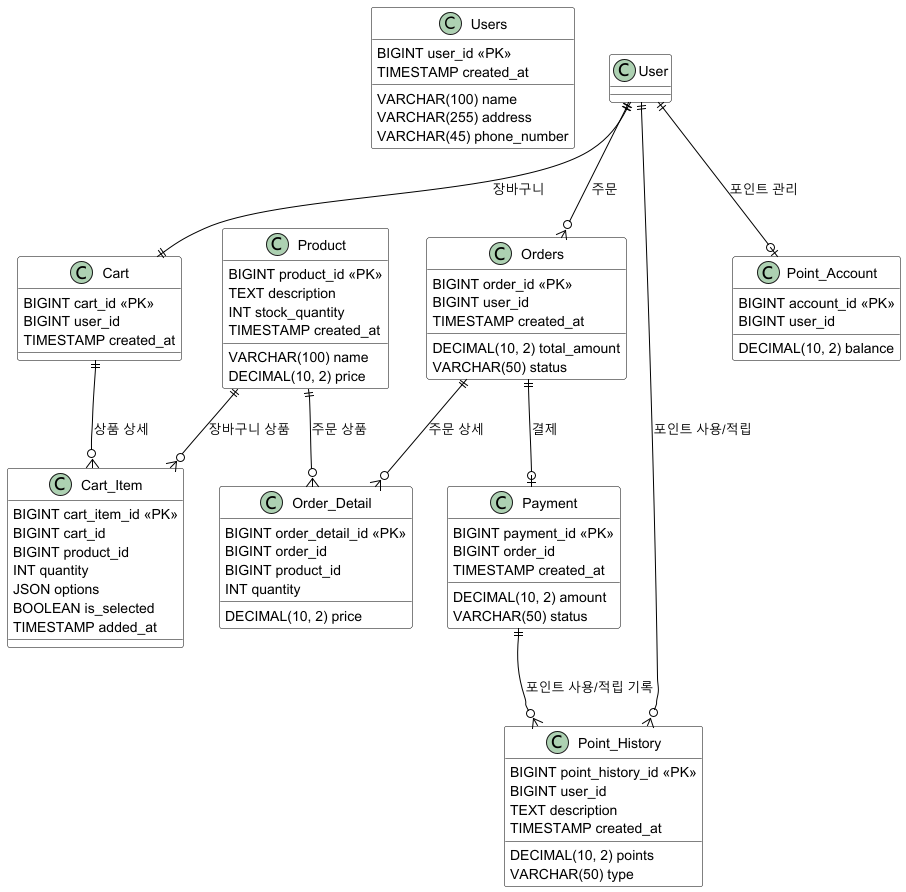
kjh418/hhplus-e-commerce keeps this PlantUML diagram as src/main/resources/images/ERD.png. Above is the earlier version.
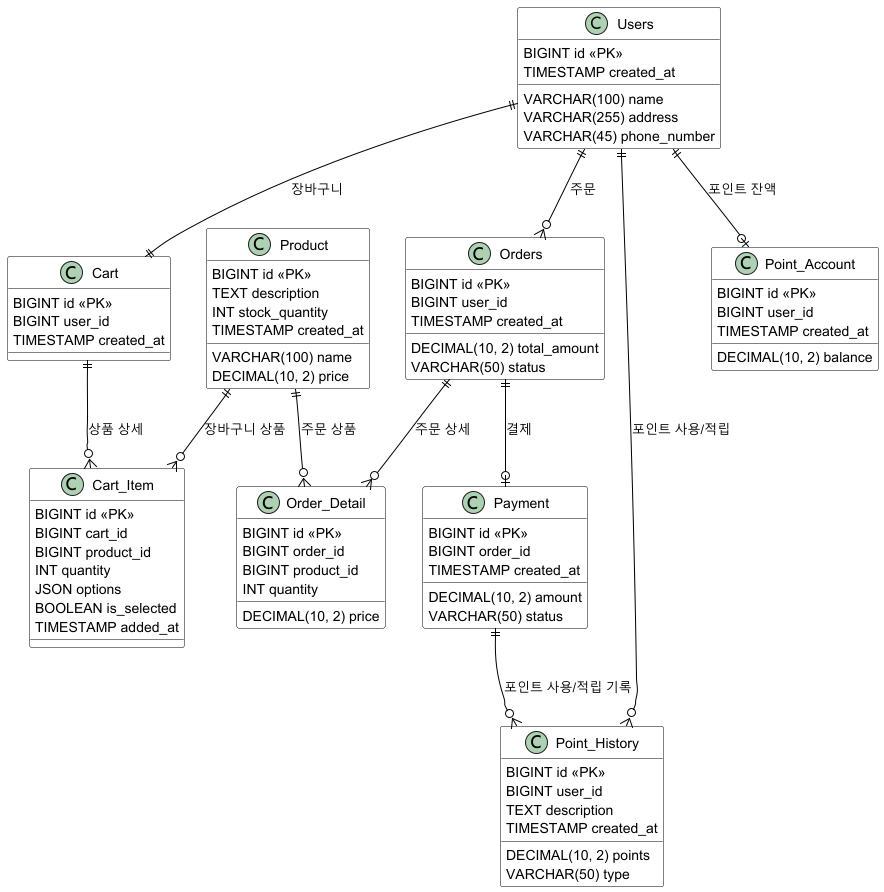
Later version of the same file.

Commit message:
fix : [#11] 테이블 컬럼 보이지 않았던 부분 수정

Diff of the diagram source:
```diff
@@ -7,7 +7,7 @@
 }
 
 RECTANGLE Users {
-    BIGINT user_id <<PK>>
+    BIGINT id <<PK>>
     TIMESTAMP created_at
     VARCHAR(100) name
     VARCHAR(255) address
@@ -15,13 +15,13 @@
 }
 
 RECTANGLE Cart {
-    BIGINT cart_id <<PK>>
+    BIGINT id <<PK>>
     BIGINT user_id
     TIMESTAMP created_at
 }
 
 RECTANGLE Cart_Item {
-    BIGINT cart_item_id <<PK>>
+    BIGINT id <<PK>>
     BIGINT cart_id
     BIGINT product_id
     INT quantity
@@ -31,7 +31,7 @@
 }
 
 RECTANGLE Product {
-    BIGINT product_id <<PK>>
+    BIGINT id <<PK>>
     TEXT description
     INT stock_quantity
     TIMESTAMP created_at
@@ -40,7 +40,7 @@
 }
 
 RECTANGLE Orders {
-    BIGINT order_id <<PK>>
+    BIGINT id <<PK>>
     BIGINT user_id
     DECIMAL(10, 2) total_amount
     VARCHAR(50) status
@@ -48,7 +48,7 @@
 }
 
 RECTANGLE Order_Detail {
-    BIGINT order_detail_id <<PK>>
+    BIGINT id <<PK>>
     BIGINT order_id
     BIGINT product_id
     INT quantity
@@ -56,7 +56,7 @@
 }
 
 RECTANGLE Payment {
-    BIGINT payment_id <<PK>>
+    BIGINT id <<PK>>
     BIGINT order_id
     DECIMAL(10, 2) amount
     VARCHAR(50) status
@@ -64,7 +64,7 @@
 }
 
 RECTANGLE Point_History {
-    BIGINT point_history_id <<PK>>
+    BIGINT id <<PK>>
     BIGINT user_id
     DECIMAL(10, 2) points
     VARCHAR(50) type
@@ -73,15 +73,16 @@
 }
 
 RECTANGLE Point_Account {
-    BIGINT account_id <<PK>>
+    BIGINT id <<PK>>
     BIGINT user_id
     DECIMAL(10, 2) balance
+    TIMESTAMP created_at
 }
 
-User ||--|| Cart : "장바구니"
-User ||--o{ Orders : "주문"
-User ||--o{ Point_History : "포인트 사용/적립"
-User ||--o| Point_Account : "포인트 관리"
+Users ||--|| Cart : "장바구니"
+Users ||--o{ Orders : "주문"
+Users ||--o{ Point_History : "포인트 사용/적립"
+Users ||--o| Point_Account : "포인트 잔액"
 
 Cart ||--o{ Cart_Item : "상품 상세"
 Product ||--o{ Cart_Item : "장바구니 상품"
```
